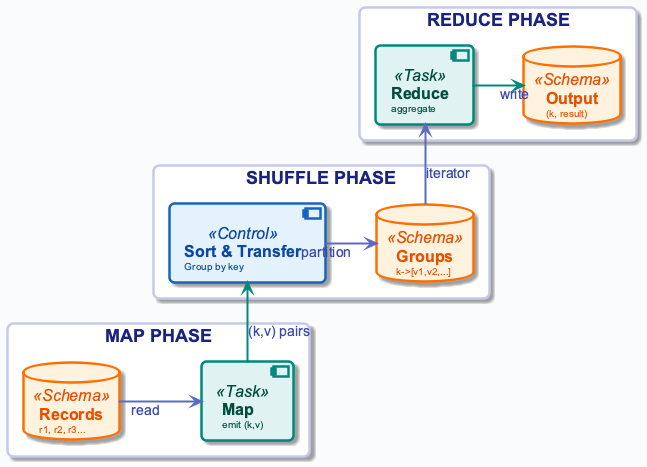
Above: diagrams/week03/week3_lecture_slide22_execution_flow.png in OrPerets/data-engineering-course (PlantUML), before the change. Source of this version:
```plantuml
@startuml
!include ../_template_styles.puml
left to right direction

rectangle "MAP PHASE" #FFFFFF {
    database "**Records**\n<size:10>r1, r2, r3...</size>" as RECS <<Schema>>
    component "**Map**\n<size:10>emit (k,v)</size>" as MAP_FN <<Task>>
    RECS -down[#5C6BC0,thickness=2]-> MAP_FN : <color:#3949AB>read</color>
}

rectangle "SHUFFLE PHASE" #FFFFFF {
    component "**Sort & Transfer**\n<size:10>Group by key</size>" as SORT_XFER <<Control>>
    database "**Groups**\n<size:10>k->[v1,v2,...]</size>" as GROUPS <<Schema>>
    SORT_XFER -down[#5C6BC0,thickness=2]-> GROUPS : <color:#3949AB>partition</color>
}

rectangle "REDUCE PHASE" #FFFFFF {
    component "**Reduce**\n<size:10>aggregate</size>" as RED <<Task>>
    database "**Output**\n<size:10>(k, result)</size>" as OUT <<Schema>>
    RED -down[#00897B,thickness=2]-> OUT : <color:#3949AB>write</color>
}

MAP_FN -right[#00897B,thickness=2]-> SORT_XFER : <color:#3949AB>(k,v) pairs</color>
GROUPS -right[#5C6BC0,thickness=2]-> RED : <color:#3949AB>iterator</color>

@enduml
```
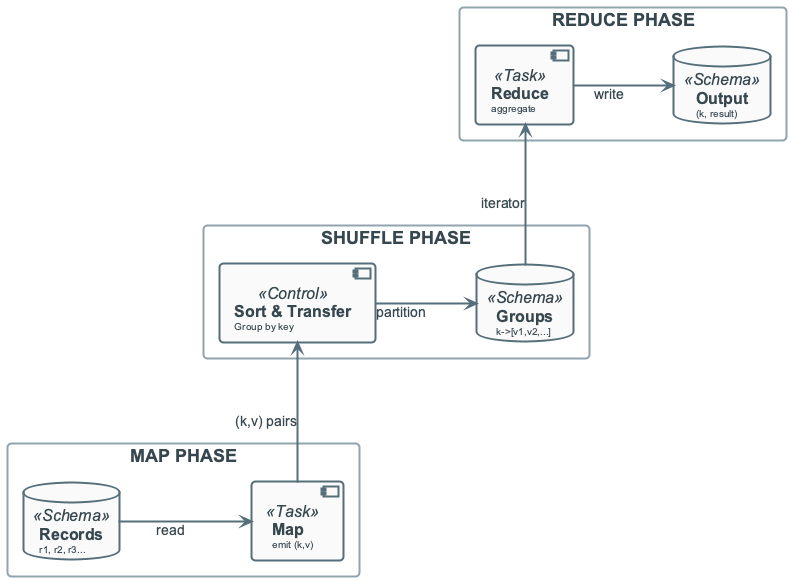
After the commit.

Change to the diagram source:
```diff
@@ -5,22 +5,22 @@
 rectangle "MAP PHASE" #FFFFFF {
     database "**Records**\n<size:10>r1, r2, r3...</size>" as RECS <<Schema>>
     component "**Map**\n<size:10>emit (k,v)</size>" as MAP_FN <<Task>>
-    RECS -down[#5C6BC0,thickness=2]-> MAP_FN : <color:#3949AB>read</color>
+    RECS -down-> MAP_FN : read
 }
 
 rectangle "SHUFFLE PHASE" #FFFFFF {
     component "**Sort & Transfer**\n<size:10>Group by key</size>" as SORT_XFER <<Control>>
     database "**Groups**\n<size:10>k->[v1,v2,...]</size>" as GROUPS <<Schema>>
-    SORT_XFER -down[#5C6BC0,thickness=2]-> GROUPS : <color:#3949AB>partition</color>
+    SORT_XFER -down-> GROUPS : partition
 }
 
 rectangle "REDUCE PHASE" #FFFFFF {
     component "**Reduce**\n<size:10>aggregate</size>" as RED <<Task>>
     database "**Output**\n<size:10>(k, result)</size>" as OUT <<Schema>>
-    RED -down[#00897B,thickness=2]-> OUT : <color:#3949AB>write</color>
+    RED -down-> OUT : write
 }
 
-MAP_FN -right[#00897B,thickness=2]-> SORT_XFER : <color:#3949AB>(k,v) pairs</color>
-GROUPS -right[#5C6BC0,thickness=2]-> RED : <color:#3949AB>iterator</color>
+MAP_FN -right-> SORT_XFER : (k,v) pairs
+GROUPS -right-> RED : iterator
 
 @enduml
```
